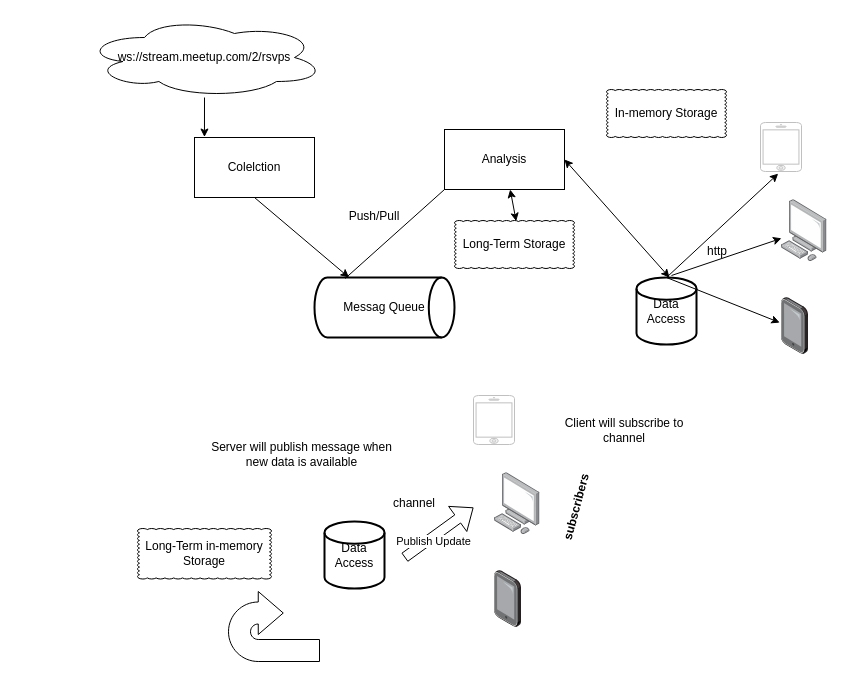
Earlier version of the draw.io diagram Realtime-overview.drawio (tuankhoi2206/Draft-system-overview). Source tidied: cells renumbered, new cells numbered last; positions are measured from the earlier drawing's top-left corner, leaving out a move shared by most shapes. Both pictures are drawn from the tidied source at 100%, with x=0, y=0 at pixel (84, 17).
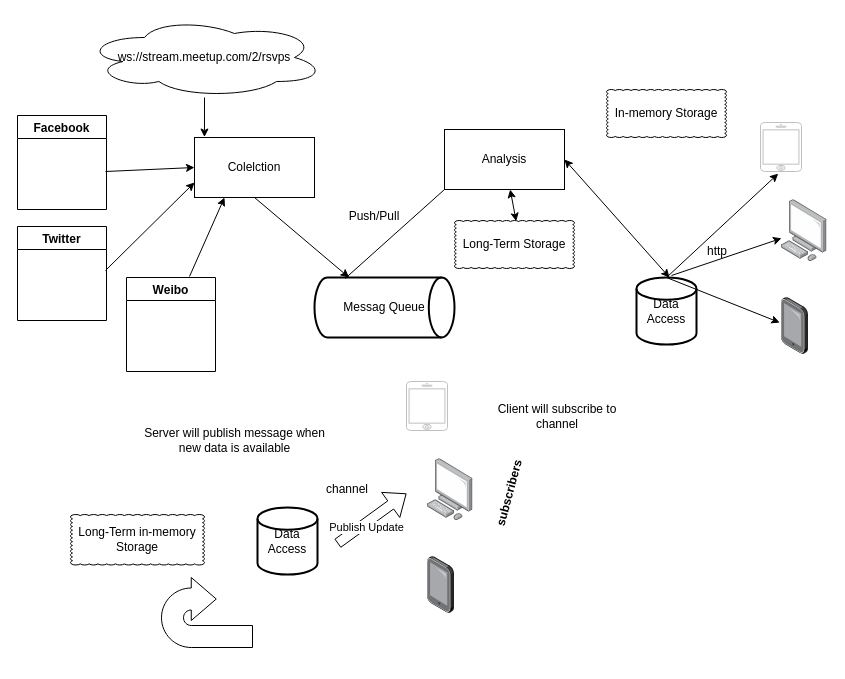
The same page after the edit.

Unchanged cells that the change refers to:
```xml
<mxCell id="5" value="Colelction" style="rounded=0;whiteSpace=wrap;html=1;" parent="1" vertex="1">
  <mxGeometry x="110" y="120" width="120" height="60" as="geometry" />
</mxCell>
```

The edit, as a diff of the source:
```diff
@@
     <mxCell id="22" value="Data Access" style="strokeWidth=2;html=1;shape=mxgraph.flowchart.database;whiteSpace=wrap;" parent="1" vertex="1">
-      <mxGeometry x="240" y="504" width="60" height="67" as="geometry" />
+      <mxGeometry x="173" y="490" width="60" height="67" as="geometry" />
     </mxCell>
     <mxCell id="23" style="html=1;verticalLabelPosition=bottom;labelBackgroundColor=#ffffff;verticalAlign=top;shadow=0;dashed=0;strokeWidth=1;shape=mxgraph.ios7.misc.iphone;strokeColor=#c0c0c0;" parent="1" vertex="1">
-      <mxGeometry x="389" y="378" width="41" height="49" as="geometry" />
+      <mxGeometry x="322" y="364" width="41" height="49" as="geometry" />
     </mxCell>
     <mxCell id="24" value="channel" style="text;html=1;strokeColor=none;fillColor=none;align=center;verticalAlign=middle;whiteSpace=wrap;rounded=0;" parent="1" vertex="1">
-      <mxGeometry x="310" y="476" width="40" height="20" as="geometry" />
+      <mxGeometry x="243" y="462" width="40" height="20" as="geometry" />
     </mxCell>
     <mxCell id="25" style="html=1;align=center;shadow=0;dashed=0;image;image=img/lib/allied_telesis/computer_and_terminals/Personal_Computer.svg;" parent="1" vertex="1">
-      <mxGeometry x="410" y="455.2" width="45.6" height="61.8" as="geometry" />
+      <mxGeometry x="343" y="441.2" width="45.6" height="61.8" as="geometry" />
     </mxCell>
     <mxCell id="26" style="html=1;align=center;shadow=0;dashed=0;image;image=img/lib/allied_telesis/computer_and_terminals/Tablet.svg;" parent="1" vertex="1">
-      <mxGeometry x="410" y="553" width="27" height="57" as="geometry" />
+      <mxGeometry x="343" y="539" width="27" height="57" as="geometry" />
     </mxCell>
     <mxCell id="27" value="subscribers" style="text;html=1;strokeColor=none;fillColor=none;align=center;verticalAlign=middle;whiteSpace=wrap;rounded=0;rotation=-75;fontStyle=1;" parent="1" vertex="1">
-      <mxGeometry x="455.6" y="476" width="73" height="28" as="geometry" />
+      <mxGeometry x="388.6" y="462" width="73" height="28" as="geometry" />
     </mxCell>
     <mxCell id="28" style="shape=flexArrow;endArrow=classic;html=1;" parent="1" edge="1">
       <mxGeometry relative="1" as="geometry">
-        <mxPoint x="320" y="540" as="sourcePoint" />
-        <mxPoint x="389" y="490" as="targetPoint" />
+        <mxPoint x="253" y="526" as="sourcePoint" />
+        <mxPoint x="322" y="476" as="targetPoint" />
       </mxGeometry>
     </mxCell>
@@
     <mxCell id="30" value="Long-Term in-memory Storage" style="whiteSpace=wrap;html=1;shape=mxgraph.basic.cloud_rect;" parent="1" vertex="1">
-      <mxGeometry x="53" y="511" width="134" height="50.5" as="geometry" />
+      <mxGeometry x="-14" y="497" width="134" height="50.5" as="geometry" />
     </mxCell>
     <mxCell id="31" style="html=1;shadow=0;dashed=0;align=center;verticalAlign=middle;shape=mxgraph.arrows2.uTurnArrow;dy=11;arrowHead=43;dx2=25;" parent="1" vertex="1">
-      <mxGeometry x="144" y="574" width="91" height="70" as="geometry" />
+      <mxGeometry x="77" y="560" width="91" height="70" as="geometry" />
     </mxCell>
     <mxCell id="32" value="Client will subscribe to channel&lt;br&gt;" style="text;html=1;strokeColor=none;fillColor=none;align=center;verticalAlign=middle;whiteSpace=wrap;rounded=0;" parent="1" vertex="1">
-      <mxGeometry x="463" y="399" width="154" height="28" as="geometry" />
+      <mxGeometry x="396" y="385" width="154" height="28" as="geometry" />
     </mxCell>
     <mxCell id="33" value="Server will publish message when new data is available" style="text;html=1;strokeColor=none;fillColor=none;align=center;verticalAlign=middle;whiteSpace=wrap;rounded=0;" parent="1" vertex="1">
-      <mxGeometry x="116" y="427" width="203" height="20" as="geometry" />
+      <mxGeometry x="49" y="413" width="203" height="20" as="geometry" />
     </mxCell>
+    <mxCell id="34" value="Facebook" style="swimlane;" parent="1" vertex="1">
+      <mxGeometry x="-67" y="98" width="89" height="94" as="geometry" />
+    </mxCell>
+    <mxCell id="35" style="endArrow=classic;html=1;entryX=0;entryY=0.5;entryDx=0;entryDy=0;" parent="1" edge="1" target="5">
+      <mxGeometry relative="1" as="geometry">
+        <mxPoint x="21" y="154" as="sourcePoint" />
+      </mxGeometry>
+    </mxCell>
+    <mxCell id="36" value="Twitter" style="swimlane;" parent="1" vertex="1">
+      <mxGeometry x="-67" y="209" width="89" height="94" as="geometry" />
+    </mxCell>
+    <mxCell id="37" value="Weibo" style="swimlane;" parent="1" vertex="1">
+      <mxGeometry x="42" y="260" width="89" height="94" as="geometry" />
+    </mxCell>
+    <mxCell id="38" style="endArrow=classic;html=1;entryX=0;entryY=0.75;entryDx=0;entryDy=0;" parent="1" edge="1" target="5">
+      <mxGeometry relative="1" as="geometry">
+        <mxPoint x="21" y="253" as="sourcePoint" />
+      </mxGeometry>
+    </mxCell>
+    <mxCell id="39" style="endArrow=classic;html=1;entryX=0.25;entryY=1;entryDx=0;entryDy=0;" parent="1" edge="1" target="5">
+      <mxGeometry relative="1" as="geometry">
+        <mxPoint x="105" y="259" as="sourcePoint" />
+      </mxGeometry>
+    </mxCell>
```
